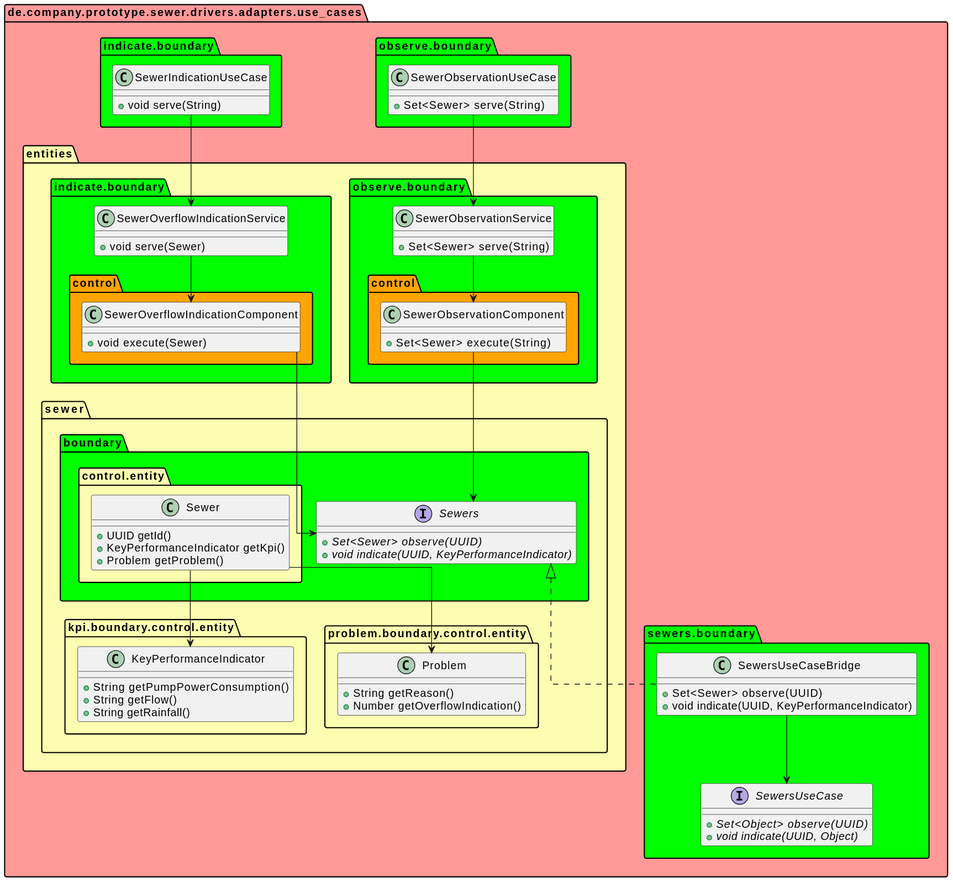
Before: doc/uml/svg/use_cases.svg, a diagram exported from PlantUML (Pankraz76/sewers2).
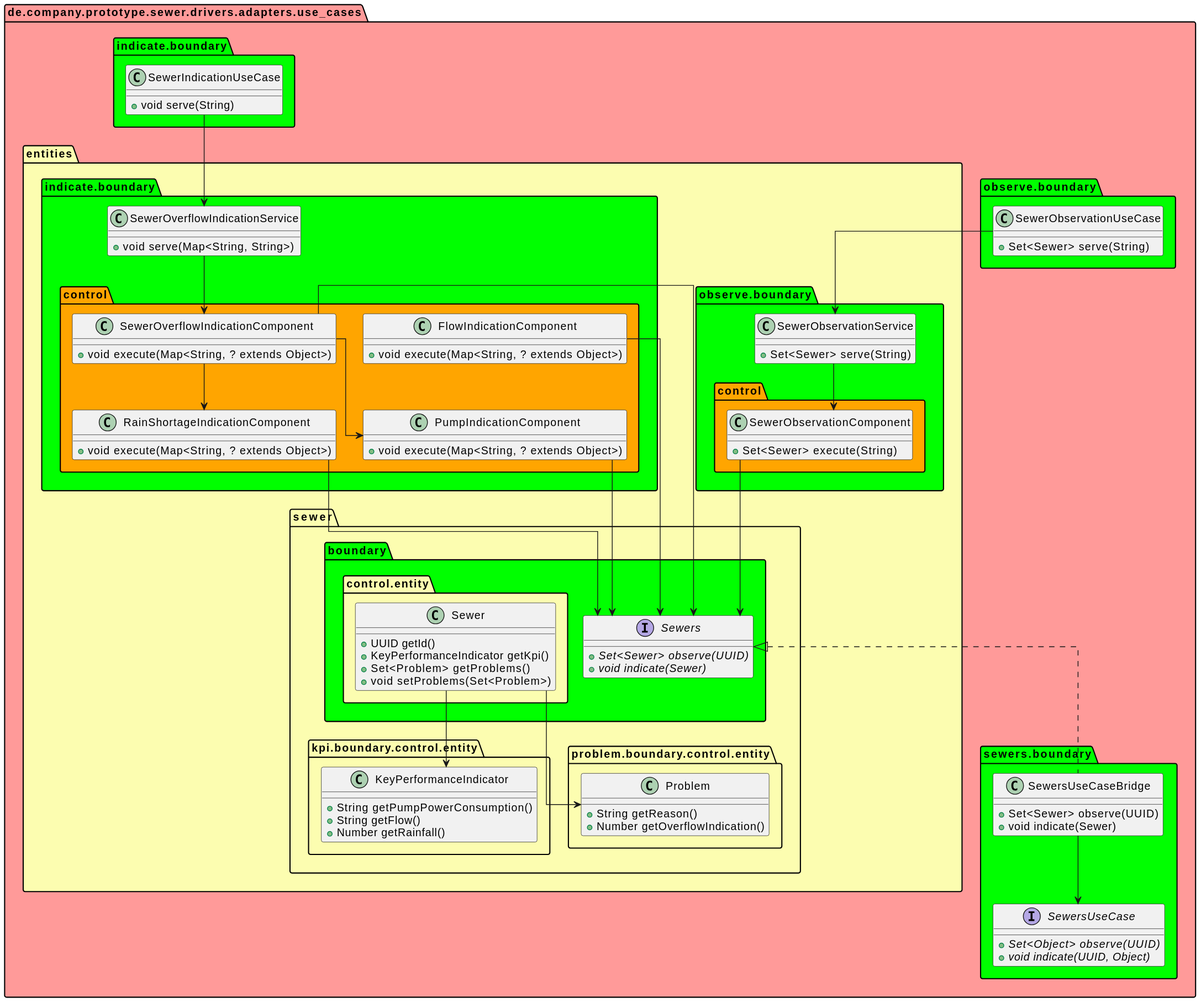
The same file after the commit.

Change to the diagram source:
```diff
@@ -24,10 +24,19 @@
 package boundary as de.company.prototype.sewer.drivers.adapters.use_cases.sewers.boundary #lime {}
 
 class "SewerOverflowIndicationService" as de.company.prototype.sewer.drivers.adapters.use_cases.entities.indicate.boundary.SewerOverflowIndicationService {
-  +void serve(Sewer)
+  +void serve(Map<String, String>)
+}
+class "FlowIndicationComponent" as de.company.prototype.sewer.drivers.adapters.use_cases.entities.indicate.boundary.control.FlowIndicationComponent {
+  +void execute(Map<String, ? extends Object>)
+}
+class "PumpIndicationComponent" as de.company.prototype.sewer.drivers.adapters.use_cases.entities.indicate.boundary.control.PumpIndicationComponent {
+  +void execute(Map<String, ? extends Object>)
+}
+class "RainShortageIndicationComponent" as de.company.prototype.sewer.drivers.adapters.use_cases.entities.indicate.boundary.control.RainShortageIndicationComponent {
+  +void execute(Map<String, ? extends Object>)
 }
 class "SewerOverflowIndicationComponent" as de.company.prototype.sewer.drivers.adapters.use_cases.entities.indicate.boundary.control.SewerOverflowIndicationComponent {
-  +void execute(Sewer)
+  +void execute(Map<String, ? extends Object>)
 }
 class "SewerObservationService" as de.company.prototype.sewer.drivers.adapters.use_cases.entities.observe.boundary.SewerObservationService {
   +Set<Sewer> serve(String)
@@ -37,17 +46,18 @@
 }
 interface "Sewers" as de.company.prototype.sewer.drivers.adapters.use_cases.entities.sewer.boundary.Sewers {
   + {abstract}Set<Sewer> observe(UUID)
-  + {abstract}void indicate(UUID, KeyPerformanceIndicator)
+  + {abstract}void indicate(Sewer)
 }
 class "Sewer" as de.company.prototype.sewer.drivers.adapters.use_cases.entities.sewer.boundary.control.entity.Sewer {
   +UUID getId()
   +KeyPerformanceIndicator getKpi()
-  +Problem getProblem()
+  +Set<Problem> getProblems()
+  +void setProblems(Set<Problem>)
 }
 class "KeyPerformanceIndicator" as de.company.prototype.sewer.drivers.adapters.use_cases.entities.sewer.kpi.boundary.control.entity.KeyPerformanceIndicator {
   +String getPumpPowerConsumption()
   +String getFlow()
-  +String getRainfall()
+  +Number getRainfall()
 }
 class "Problem" as de.company.prototype.sewer.drivers.adapters.use_cases.entities.sewer.problem.boundary.control.entity.Problem {
   +String getReason()
@@ -65,10 +75,15 @@
 }
 class "SewersUseCaseBridge" as de.company.prototype.sewer.drivers.adapters.use_cases.sewers.boundary.SewersUseCaseBridge {
   +Set<Sewer> observe(UUID)
-  +void indicate(UUID, KeyPerformanceIndicator)
+  +void indicate(Sewer)
 }
 de.company.prototype.sewer.drivers.adapters.use_cases.entities.indicate.boundary.SewerOverflowIndicationService --> de.company.prototype.sewer.drivers.adapters.use_cases.entities.indicate.boundary.control.SewerOverflowIndicationComponent
+de.company.prototype.sewer.drivers.adapters.use_cases.entities.indicate.boundary.control.FlowIndicationComponent --> de.company.prototype.sewer.drivers.adapters.use_cases.entities.sewer.boundary.Sewers
+de.company.prototype.sewer.drivers.adapters.use_cases.entities.indicate.boundary.control.PumpIndicationComponent --> de.company.prototype.sewer.drivers.adapters.use_cases.entities.sewer.boundary.Sewers
+de.company.prototype.sewer.drivers.adapters.use_cases.entities.indicate.boundary.control.RainShortageIndicationComponent --> de.company.prototype.sewer.drivers.adapters.use_cases.entities.sewer.boundary.Sewers
+de.company.prototype.sewer.drivers.adapters.use_cases.entities.indicate.boundary.control.SewerOverflowIndicationComponent --> de.company.prototype.sewer.drivers.adapters.use_cases.entities.indicate.boundary.control.RainShortageIndicationComponent
 de.company.prototype.sewer.drivers.adapters.use_cases.entities.indicate.boundary.control.SewerOverflowIndicationComponent --> de.company.prototype.sewer.drivers.adapters.use_cases.entities.sewer.boundary.Sewers
+de.company.prototype.sewer.drivers.adapters.use_cases.entities.indicate.boundary.control.SewerOverflowIndicationComponent --> de.company.prototype.sewer.drivers.adapters.use_cases.entities.indicate.boundary.control.PumpIndicationComponent
 de.company.prototype.sewer.drivers.adapters.use_cases.entities.observe.boundary.SewerObservationService --> de.company.prototype.sewer.drivers.adapters.use_cases.entities.observe.boundary.control.SewerObservationComponent
 de.company.prototype.sewer.drivers.adapters.use_cases.entities.observe.boundary.control.SewerObservationComponent --> de.company.prototype.sewer.drivers.adapters.use_cases.entities.sewer.boundary.Sewers
 de.company.prototype.sewer.drivers.adapters.use_cases.entities.sewer.boundary.control.entity.Sewer --> de.company.prototype.sewer.drivers.adapters.use_cases.entities.sewer.problem.boundary.control.entity.Problem
```
